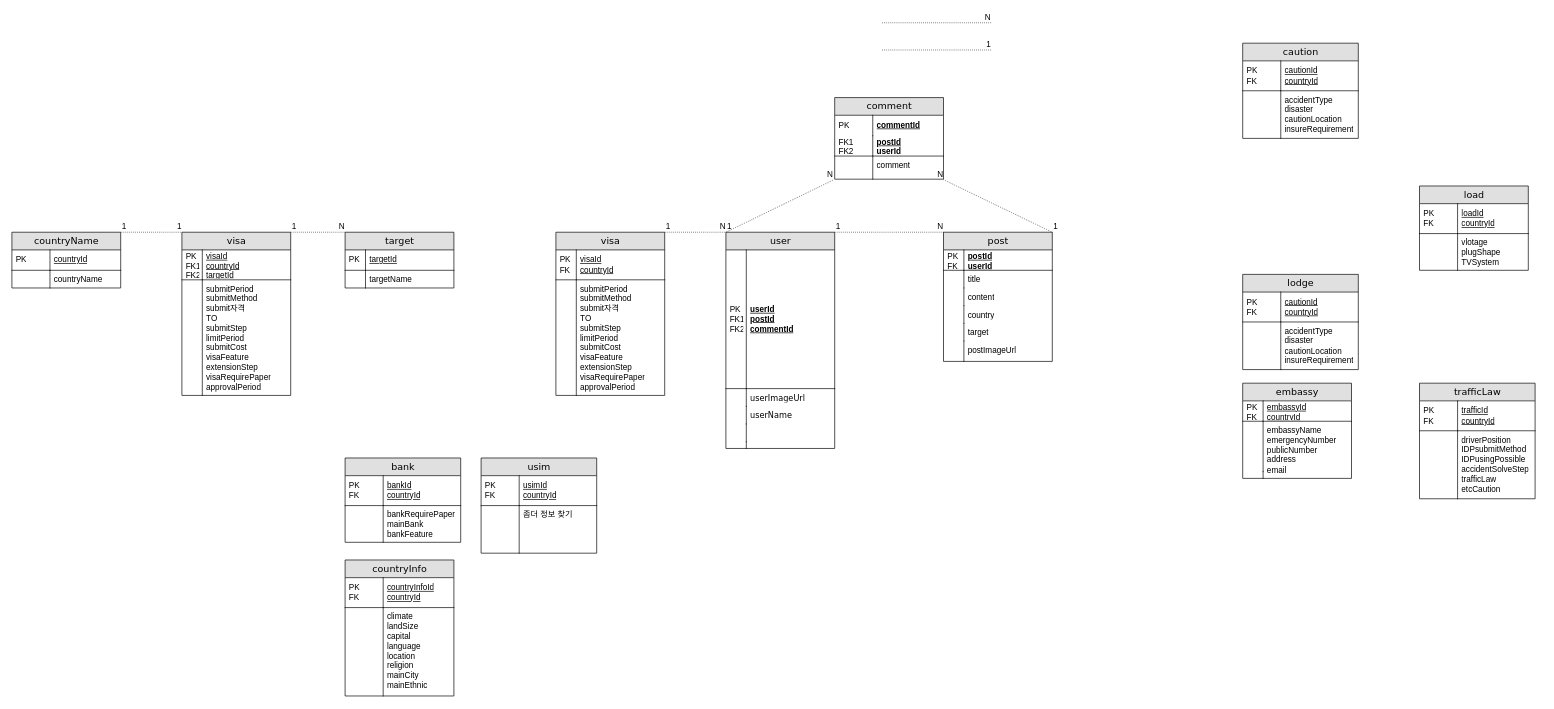
Before: ERD.drawio in qwe1234k/finalProjectERD, a draw.io diagram. Source tidied: cells renumbered, new cells numbered last; positions are measured from the earlier drawing's top-left corner, leaving out a move shared by most shapes. Both pictures are drawn from the tidied source at 68%, with x=0, y=0 at pixel (12, 22).
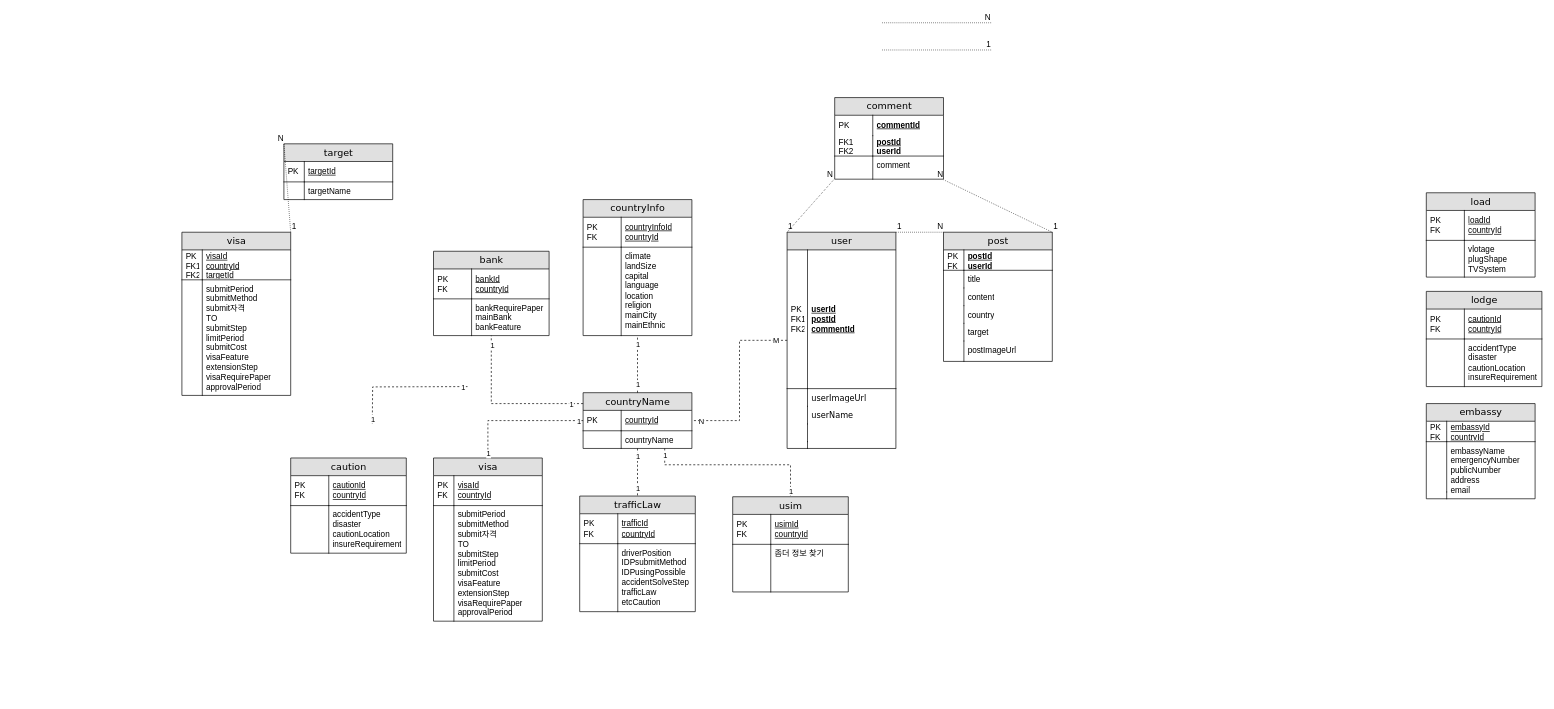
The same diagram, later.

Unchanged cells that the change refers to:
```xml
<mxCell id="106" value="visa" style="swimlane;html=1;fontStyle=0;horizontal=1;startSize=26;fillColor=#e0e0e0;swimlaneFillColor=#ffffff;align=center;rounded=0;shadow=0;comic=0;labelBackgroundColor=none;strokeWidth=1;fontFamily=Verdana;fontSize=14;swimlaneLine=1;" parent="1" vertex="1">
  <mxGeometry x="250" y="308" width="160" height="240" as="geometry" />
</mxCell>
```

Change to the diagram source:
```diff
@@
     <mxCell id="2" value="target" style="swimlane;html=1;fontStyle=0;horizontal=1;startSize=26;fillColor=#e0e0e0;swimlaneFillColor=#ffffff;align=center;rounded=0;shadow=0;comic=0;labelBackgroundColor=none;strokeWidth=1;fontFamily=Verdana;fontSize=14;swimlaneLine=1;" parent="1" vertex="1">
-      <mxGeometry x="490" y="308" width="160" height="82" as="geometry" />
+      <mxGeometry x="400" y="178" width="160" height="82" as="geometry" />
     </mxCell>
@@
     <mxCell id="20" value="embassy" style="swimlane;html=1;fontStyle=0;horizontal=1;startSize=26;fillColor=#e0e0e0;swimlaneFillColor=#ffffff;align=center;rounded=0;shadow=0;comic=0;labelBackgroundColor=none;strokeWidth=1;fontFamily=Verdana;fontSize=14;" parent="1" vertex="1">
-      <mxGeometry x="1810" y="530" width="160" height="140" as="geometry" />
+      <mxGeometry x="2080" y="560" width="160" height="140" as="geometry" />
     </mxCell>
@@
     <mxCell id="27" value="countryInfo" style="swimlane;html=1;fontStyle=0;horizontal=1;startSize=26;fillColor=#e0e0e0;swimlaneFillColor=#ffffff;align=center;rounded=0;shadow=0;comic=0;labelBackgroundColor=none;strokeWidth=1;fontFamily=Verdana;fontSize=14;" parent="1" vertex="1">
-      <mxGeometry x="490" y="790" width="160" height="200" as="geometry" />
+      <mxGeometry x="840" y="260" width="160" height="200" as="geometry" />
     </mxCell>
@@
     <mxCell id="39" value="load" style="swimlane;html=1;fontStyle=0;horizontal=1;startSize=26;fillColor=#e0e0e0;swimlaneFillColor=#ffffff;align=center;rounded=0;shadow=0;comic=0;labelBackgroundColor=none;strokeWidth=1;fontFamily=Verdana;fontSize=14;" parent="1" vertex="1">
-      <mxGeometry x="2070" y="240" width="160" height="124" as="geometry" />
+      <mxGeometry x="2080" y="250" width="160" height="124" as="geometry" />
     </mxCell>
@@
     <mxCell id="44" value="user" style="swimlane;html=1;fontStyle=0;horizontal=1;startSize=26;fillColor=#e0e0e0;swimlaneFillColor=#ffffff;align=center;rounded=0;shadow=0;comic=0;labelBackgroundColor=none;strokeWidth=1;fontFamily=Verdana;fontSize=14;" parent="1" vertex="1">
-      <mxGeometry x="1050" y="308" width="160" height="318" as="geometry" />
+      <mxGeometry x="1140" y="308" width="160" height="318" as="geometry" />
     </mxCell>
@@
     <mxCell id="62" value="visa" style="swimlane;html=1;fontStyle=0;horizontal=1;startSize=26;fillColor=#e0e0e0;swimlaneFillColor=#ffffff;align=center;rounded=0;shadow=0;comic=0;labelBackgroundColor=none;strokeWidth=1;fontFamily=Verdana;fontSize=14;swimlaneLine=1;" parent="1" vertex="1">
-      <mxGeometry x="800" y="308" width="160" height="240" as="geometry" />
+      <mxGeometry x="620" y="640" width="160" height="240" as="geometry" />
     </mxCell>
@@
     <mxCell id="67" value="bank" style="swimlane;html=1;fontStyle=0;horizontal=1;startSize=26;fillColor=#e0e0e0;swimlaneFillColor=#ffffff;align=center;rounded=0;shadow=0;comic=0;labelBackgroundColor=none;strokeWidth=1;fontFamily=Verdana;fontSize=14;" parent="1" vertex="1">
-      <mxGeometry x="490" y="640" width="170" height="124" as="geometry" />
+      <mxGeometry x="620" y="336" width="170" height="124" as="geometry" />
     </mxCell>
@@
     <mxCell id="72" value="trafficLaw" style="swimlane;html=1;fontStyle=0;horizontal=1;startSize=26;fillColor=#e0e0e0;swimlaneFillColor=#ffffff;align=center;rounded=0;shadow=0;comic=0;labelBackgroundColor=none;strokeWidth=1;fontFamily=Verdana;fontSize=14;" parent="1" vertex="1">
-      <mxGeometry x="2070" y="530" width="170" height="170" as="geometry" />
+      <mxGeometry x="835" y="696" width="170" height="170" as="geometry" />
     </mxCell>
@@
     <mxCell id="77" value="caution" style="swimlane;html=1;fontStyle=0;horizontal=1;startSize=26;fillColor=#e0e0e0;swimlaneFillColor=#ffffff;align=center;rounded=0;shadow=0;comic=0;labelBackgroundColor=none;strokeWidth=1;fontFamily=Verdana;fontSize=14;" parent="1" vertex="1">
-      <mxGeometry x="1810" y="30" width="170" height="140" as="geometry" />
+      <mxGeometry x="410" y="640" width="170" height="140" as="geometry" />
     </mxCell>
@@
     <mxCell id="82" value="usim" style="swimlane;html=1;fontStyle=0;horizontal=1;startSize=26;fillColor=#e0e0e0;swimlaneFillColor=#ffffff;align=center;rounded=0;shadow=0;comic=0;labelBackgroundColor=none;strokeWidth=1;fontFamily=Verdana;fontSize=14;" parent="1" vertex="1">
-      <mxGeometry x="690" y="640" width="170" height="140" as="geometry" />
+      <mxGeometry x="1060" y="697" width="170" height="140" as="geometry" />
     </mxCell>
@@
     <mxCell id="87" value="lodge" style="swimlane;html=1;fontStyle=0;horizontal=1;startSize=26;fillColor=#e0e0e0;swimlaneFillColor=#ffffff;align=center;rounded=0;shadow=0;comic=0;labelBackgroundColor=none;strokeWidth=1;fontFamily=Verdana;fontSize=14;" parent="1" vertex="1">
-      <mxGeometry x="1810" y="370" width="170" height="140" as="geometry" />
+      <mxGeometry x="2080" y="395" width="170" height="140" as="geometry" />
     </mxCell>
@@
-    <mxCell id="98" style="endArrow=none;html=1;rounded=0;dashed=1;dashPattern=1 2;exitX=1;exitY=0;exitDx=0;exitDy=0;entryX=0;entryY=0;entryDx=0;entryDy=0;" parent="1" edge="1" source="62" target="44">
-      <mxGeometry relative="1" as="geometry" />
-    </mxCell>
-    <mxCell id="99" value="1" style="html=1;align=left;verticalAlign=bottom;" parent="98" vertex="1">
-      <mxGeometry x="-1" relative="1" as="geometry" />
-    </mxCell>
-    <mxCell id="100" value="N" style="html=1;align=right;verticalAlign=bottom;" parent="98" vertex="1">
-      <mxGeometry x="1" relative="1" as="geometry" />
-    </mxCell>
     <mxCell id="101" value="countryName" style="swimlane;html=1;fontStyle=0;horizontal=1;startSize=26;fillColor=#e0e0e0;swimlaneFillColor=#ffffff;align=center;rounded=0;shadow=0;comic=0;labelBackgroundColor=none;strokeWidth=1;fontFamily=Verdana;fontSize=14;" parent="1" vertex="1">
-      <mxGeometry y="308" width="160" height="82" as="geometry" />
+      <mxGeometry x="840" y="544" width="160" height="82" as="geometry" />
     </mxCell>
@@
-    <mxCell id="111" style="endArrow=none;html=1;rounded=0;dashed=1;dashPattern=1 2;exitX=1;exitY=0;exitDx=0;exitDy=0;entryX=0;entryY=0;entryDx=0;entryDy=0;" parent="1" edge="1" source="101" target="106">
-      <mxGeometry relative="1" as="geometry" />
-    </mxCell>
-    <mxCell id="112" value="1" style="html=1;align=left;verticalAlign=bottom;" parent="111" vertex="1">
-      <mxGeometry x="-1" relative="1" as="geometry" />
-    </mxCell>
-    <mxCell id="113" value="1" style="html=1;align=right;verticalAlign=bottom;" parent="111" vertex="1">
-      <mxGeometry x="1" relative="1" as="geometry" />
-    </mxCell>
@@
+    <mxCell id="117" style="edgeStyle=orthogonalEdgeStyle;rounded=0;jettySize=auto;html=1;endArrow=none;endFill=0;dashed=1;" parent="1" edge="1" source="101" target="27">
+      <mxGeometry relative="1" as="geometry" />
+    </mxCell>
+    <mxCell id="118" value="1" style="edgeLabel;html=1;align=center;verticalAlign=middle;" parent="117" vertex="1">
+      <mxGeometry x="-0.68" relative="1" as="geometry" />
+    </mxCell>
+    <mxCell id="119" value="1" style="edgeLabel;html=1;align=center;verticalAlign=middle;" parent="117" vertex="1">
+      <mxGeometry x="0.68" relative="1" as="geometry" />
+    </mxCell>
+    <mxCell id="120" style="edgeStyle=orthogonalEdgeStyle;rounded=0;jettySize=auto;html=1;endArrow=none;endFill=0;dashed=1;" parent="1" edge="1" source="44" target="101">
+      <mxGeometry relative="1" as="geometry" />
+    </mxCell>
+    <mxCell id="121" value="M" style="edgeLabel;html=1;align=center;verticalAlign=middle;" parent="120" vertex="1">
+      <mxGeometry x="-0.87" relative="1" as="geometry" />
+    </mxCell>
+    <mxCell id="100" value="N" style="edgeLabel;html=1;align=center;verticalAlign=middle;" parent="120" vertex="1">
+      <mxGeometry x="0.9" relative="1" as="geometry" />
+    </mxCell>
+    <mxCell id="122" style="edgeStyle=orthogonalEdgeStyle;rounded=0;jettySize=auto;html=1;endArrow=none;endFill=0;dashed=1;" parent="1" edge="1" source="101" target="62">
+      <mxGeometry relative="1" as="geometry" />
+    </mxCell>
+    <mxCell id="123" value="1" style="edgeLabel;html=1;align=center;verticalAlign=middle;" parent="122" vertex="1">
+      <mxGeometry x="-0.93" relative="1" as="geometry" />
+    </mxCell>
+    <mxCell id="124" value="1" style="edgeLabel;html=1;align=center;verticalAlign=middle;" parent="122" vertex="1">
+      <mxGeometry x="0.93" relative="1" as="geometry" />
+    </mxCell>
+    <mxCell id="125" style="edgeStyle=orthogonalEdgeStyle;rounded=0;jettySize=auto;html=1;endArrow=none;endFill=0;dashed=1;" parent="1" edge="1" source="101" target="72">
+      <mxGeometry relative="1" as="geometry" />
+    </mxCell>
+    <mxCell id="126" value="1" style="edgeLabel;html=1;align=center;verticalAlign=middle;" parent="125" vertex="1">
+      <mxGeometry x="-0.69" relative="1" as="geometry" />
+    </mxCell>
+    <mxCell id="127" value="1" style="edgeLabel;html=1;align=center;verticalAlign=middle;" parent="125" vertex="1">
+      <mxGeometry x="0.66" relative="1" as="geometry" />
+    </mxCell>
+    <mxCell id="128" style="edgeStyle=orthogonalEdgeStyle;rounded=0;jettySize=auto;html=1;endArrow=none;endFill=0;dashed=1;" parent="1" edge="1" source="101" target="82">
+      <mxGeometry relative="1" as="geometry">
+        <Array as="points">
+          <mxPoint x="960" y="650" />
+          <mxPoint x="1145" y="650" />
+        </Array>
+      </mxGeometry>
+    </mxCell>
+    <mxCell id="129" value="1" style="edgeLabel;html=1;align=center;verticalAlign=middle;" parent="128" vertex="1">
+      <mxGeometry x="-0.93" relative="1" as="geometry" />
+    </mxCell>
+    <mxCell id="130" value="1" style="edgeLabel;html=1;align=center;verticalAlign=middle;" parent="128" vertex="1">
+      <mxGeometry x="0.93" relative="1" as="geometry" />
+    </mxCell>
+    <mxCell id="131" style="edgeStyle=orthogonalEdgeStyle;rounded=0;jettySize=auto;html=1;endArrow=none;endFill=0;dashed=1;" parent="1" edge="1" source="101" target="67">
+      <mxGeometry relative="1" as="geometry">
+        <Array as="points">
+          <mxPoint x="705" y="560" />
+        </Array>
+      </mxGeometry>
+    </mxCell>
+    <mxCell id="132" value="1" style="edgeLabel;html=1;align=center;verticalAlign=middle;" parent="131" vertex="1">
+      <mxGeometry x="0.88" y="-1" relative="1" as="geometry" />
+    </mxCell>
+    <mxCell id="133" value="1" style="edgeLabel;html=1;align=center;verticalAlign=middle;" parent="131" vertex="1">
+      <mxGeometry x="-0.85" y="1" relative="1" as="geometry" />
+    </mxCell>
+    <mxCell id="134" style="edgeStyle=orthogonalEdgeStyle;rounded=0;orthogonalLoop=1;jettySize=auto;html=1;endArrow=none;endFill=0;dashed=1;" parent="1" edge="1">
+      <mxGeometry relative="1" as="geometry">
+        <mxPoint x="670" y="535" as="sourcePoint" />
+        <mxPoint x="530" y="590" as="targetPoint" />
+      </mxGeometry>
+    </mxCell>
+    <mxCell id="135" value="1" style="edgeLabel;html=1;align=center;verticalAlign=middle;" parent="134" vertex="1">
+      <mxGeometry x="-0.93" relative="1" as="geometry" />
+    </mxCell>
+    <mxCell id="136" value="1" style="edgeLabel;html=1;align=center;verticalAlign=middle;" parent="134" vertex="1">
+      <mxGeometry x="0.93" relative="1" as="geometry" />
+    </mxCell>
```
